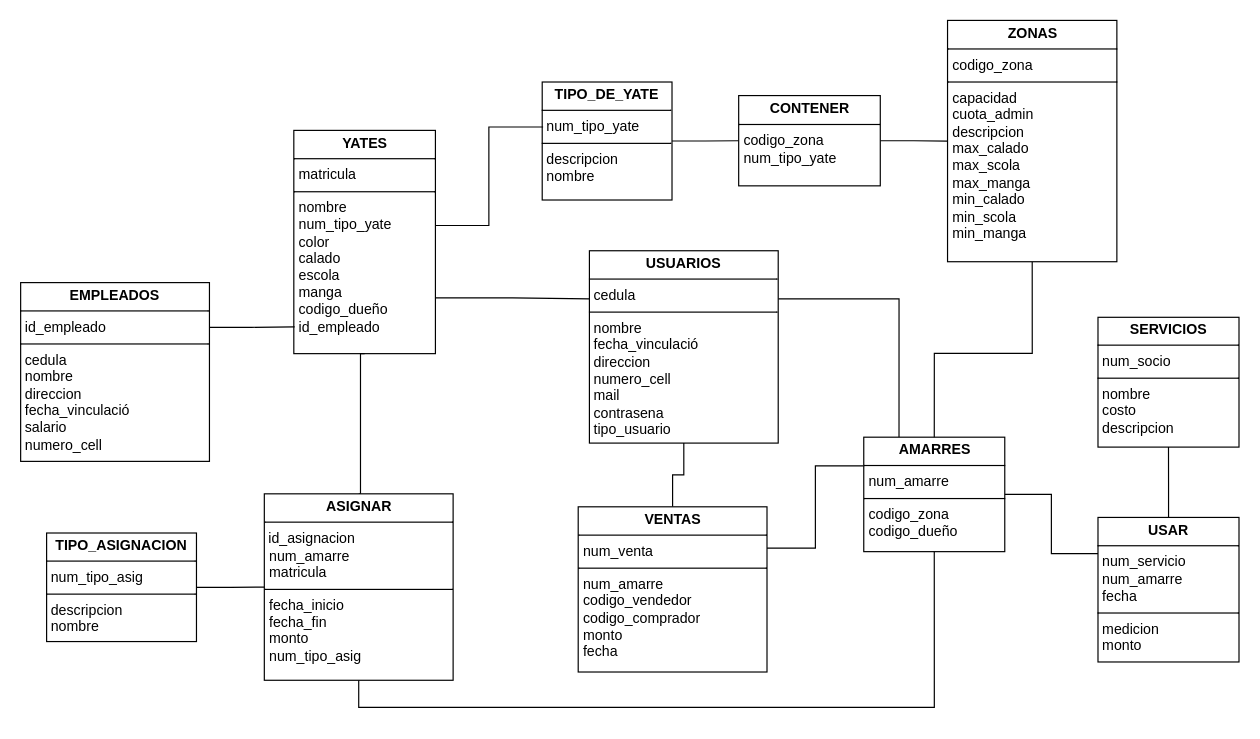
Before: page "relational" (3 of 4) of docs/diagrams.drawio in XhuaShell/projet_management_yacht_system, a draw.io diagram. Source tidied: cells renumbered, new cells numbered last; positions are measured from the earlier drawing's top-left corner, leaving out a move shared by most shapes. Both pictures are drawn from the tidied source at 118%, with x=0, y=0 at pixel (20, 20).
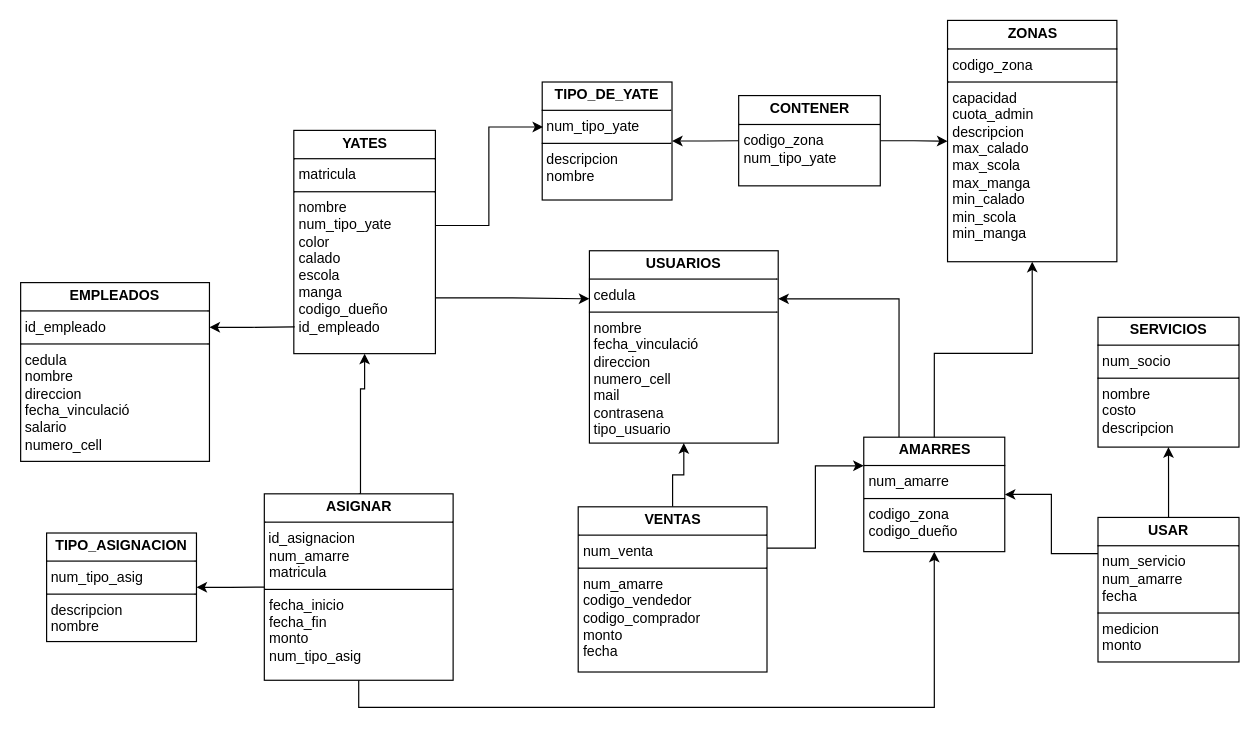
After the change.

Unchanged cells that the change refers to:
```xml
<mxCell id="2" value="&lt;p style=&quot;margin:0px;margin-top:4px;text-align:center;&quot;&gt;&lt;b&gt;EMPLEADOS&lt;/b&gt;&lt;/p&gt;&lt;hr size=&quot;1&quot; style=&quot;border-style:solid;&quot;&gt;&lt;p style=&quot;margin:0px;margin-left:4px;&quot;&gt;id_empleado&lt;/p&gt;&lt;hr size=&quot;1&quot; style=&quot;border-style:solid;&quot;&gt;&lt;p style=&quot;margin: 0px 0px 0px 4px;&quot;&gt;cedula&lt;/p&gt;&lt;p style=&quot;margin: 0px 0px 0px 4px;&quot;&gt;nombre&lt;/p&gt;&lt;p style=&quot;margin: 0px 0px 0px 4px;&quot;&gt;direccion&lt;/p&gt;&lt;p style=&quot;margin: 0px 0px 0px 4px;&quot;&gt;fecha_vinculació&lt;/p&gt;&lt;p style=&quot;margin: 0px 0px 0px 4px;&quot;&gt;salario&lt;/p&gt;&lt;p style=&quot;margin: 0px 0px 0px 4px;&quot;&gt;numero_cell&lt;/p&gt;&lt;p style=&quot;margin: 0px 0px 0px 4px;&quot;&gt;&lt;br&gt;&lt;/p&gt;" style="verticalAlign=top;align=left;overflow=fill;html=1;whiteSpace=wrap;" parent="1" vertex="1">
  <mxGeometry y="222" width="160" height="151.5" as="geometry" />
</mxCell>
<mxCell id="4" value="&lt;p style=&quot;margin:0px;margin-top:4px;text-align:center;&quot;&gt;&lt;b&gt;USUARIOS&lt;/b&gt;&lt;/p&gt;&lt;hr size=&quot;1&quot; style=&quot;border-style:solid;&quot;&gt;&lt;p style=&quot;margin:0px;margin-left:4px;&quot;&gt;cedula&lt;/p&gt;&lt;hr size=&quot;1&quot; style=&quot;border-style:solid;&quot;&gt;&lt;p style=&quot;margin: 0px 0px 0px 4px;&quot;&gt;nombre&lt;/p&gt;&lt;p style=&quot;margin: 0px 0px 0px 4px;&quot;&gt;fecha_vinculació&lt;/p&gt;&lt;p style=&quot;margin: 0px 0px 0px 4px;&quot;&gt;direccion&lt;/p&gt;&lt;p style=&quot;margin: 0px 0px 0px 4px;&quot;&gt;numero_cell&lt;/p&gt;&lt;p style=&quot;margin: 0px 0px 0px 4px;&quot;&gt;mail&lt;/p&gt;&lt;p style=&quot;margin: 0px 0px 0px 4px;&quot;&gt;contrasena&lt;/p&gt;&lt;p style=&quot;margin: 0px 0px 0px 4px;&quot;&gt;tipo_usuario&lt;/p&gt;" style="verticalAlign=top;align=left;overflow=fill;html=1;whiteSpace=wrap;" parent="1" vertex="1">
  <mxGeometry x="482" y="195" width="160" height="163" as="geometry" />
</mxCell>
<mxCell id="7" value="&lt;p style=&quot;margin:0px;margin-top:4px;text-align:center;&quot;&gt;&lt;b&gt;VENTAS&lt;/b&gt;&lt;/p&gt;&lt;hr size=&quot;1&quot; style=&quot;border-style:solid;&quot;&gt;&lt;p style=&quot;margin:0px;margin-left:4px;&quot;&gt;num_venta&lt;/p&gt;&lt;hr size=&quot;1&quot; style=&quot;border-style:solid;&quot;&gt;&lt;p style=&quot;margin: 0px 0px 0px 4px;&quot;&gt;num_amarre&lt;/p&gt;&lt;p style=&quot;margin: 0px 0px 0px 4px;&quot;&gt;codigo_vendedor&lt;/p&gt;&lt;p style=&quot;margin: 0px 0px 0px 4px;&quot;&gt;codigo_comprador&lt;/p&gt;&lt;p style=&quot;margin: 0px 0px 0px 4px;&quot;&gt;monto&lt;/p&gt;&lt;p style=&quot;margin: 0px 0px 0px 4px;&quot;&gt;fecha&lt;/p&gt;" style="verticalAlign=top;align=left;overflow=fill;html=1;whiteSpace=wrap;" parent="1" vertex="1">
  <mxGeometry x="472.5" y="412" width="160" height="140" as="geometry" />
</mxCell>
<mxCell id="8" value="&lt;p style=&quot;margin:0px;margin-top:4px;text-align:center;&quot;&gt;&lt;b&gt;SERVICIOS&lt;/b&gt;&lt;/p&gt;&lt;hr size=&quot;1&quot; style=&quot;border-style:solid;&quot;&gt;&lt;p style=&quot;margin:0px;margin-left:4px;&quot;&gt;num_socio&lt;/p&gt;&lt;hr size=&quot;1&quot; style=&quot;border-style:solid;&quot;&gt;&lt;p style=&quot;margin: 0px 0px 0px 4px;&quot;&gt;nombre&lt;/p&gt;&lt;p style=&quot;margin: 0px 0px 0px 4px;&quot;&gt;costo&lt;/p&gt;&lt;p style=&quot;margin: 0px 0px 0px 4px;&quot;&gt;descripcion&lt;/p&gt;" style="verticalAlign=top;align=left;overflow=fill;html=1;whiteSpace=wrap;" parent="1" vertex="1">
  <mxGeometry x="913" y="251.4" width="119.5" height="110" as="geometry" />
</mxCell>
<mxCell id="10" value="&lt;p style=&quot;margin:0px;margin-top:4px;text-align:center;&quot;&gt;&lt;b&gt;USAR&lt;/b&gt;&lt;/p&gt;&lt;hr size=&quot;1&quot; style=&quot;border-style:solid;&quot;&gt;&lt;p style=&quot;margin:0px;margin-left:4px;&quot;&gt;num_servicio&lt;/p&gt;&lt;p style=&quot;margin:0px;margin-left:4px;&quot;&gt;num_amarre&lt;/p&gt;&lt;p style=&quot;margin:0px;margin-left:4px;&quot;&gt;fecha&lt;/p&gt;&lt;hr size=&quot;1&quot; style=&quot;border-style:solid;&quot;&gt;&lt;p style=&quot;margin: 0px 0px 0px 4px;&quot;&gt;medicion&lt;/p&gt;&lt;p style=&quot;margin: 0px 0px 0px 4px;&quot;&gt;monto&lt;/p&gt;" style="verticalAlign=top;align=left;overflow=fill;html=1;whiteSpace=wrap;" parent="1" vertex="1">
  <mxGeometry x="913" y="421" width="119.5" height="122.5" as="geometry" />
</mxCell>
<mxCell id="12" value="&lt;p style=&quot;margin:0px;margin-top:4px;text-align:center;&quot;&gt;&lt;b&gt;AMARRES&lt;/b&gt;&lt;/p&gt;&lt;hr size=&quot;1&quot; style=&quot;border-style:solid;&quot;&gt;&lt;p style=&quot;margin:0px;margin-left:4px;&quot;&gt;&lt;span style=&quot;background-color: transparent; color: light-dark(rgb(0, 0, 0), rgb(255, 255, 255));&quot;&gt;num_amarre&lt;/span&gt;&lt;/p&gt;&lt;hr size=&quot;1&quot; style=&quot;border-style:solid;&quot;&gt;&lt;p style=&quot;margin: 0px 0px 0px 4px;&quot;&gt;codigo_zona&lt;/p&gt;&lt;p style=&quot;margin: 0px 0px 0px 4px;&quot;&gt;codigo_dueño&lt;/p&gt;" style="verticalAlign=top;align=left;overflow=fill;html=1;whiteSpace=wrap;" parent="1" vertex="1">
  <mxGeometry x="714.5" y="353" width="119.5" height="97" as="geometry" />
</mxCell>
<mxCell id="14" value="&lt;p style=&quot;margin:0px;margin-top:4px;text-align:center;&quot;&gt;&lt;b&gt;TIPO_DE_YATE&lt;/b&gt;&lt;/p&gt;&lt;hr size=&quot;1&quot; style=&quot;border-style:solid;&quot;&gt;&lt;p style=&quot;margin:0px;margin-left:4px;&quot;&gt;num_tipo_yate&lt;/p&gt;&lt;hr size=&quot;1&quot; style=&quot;border-style:solid;&quot;&gt;&lt;p style=&quot;margin: 0px 0px 0px 4px;&quot;&gt;descripcion&lt;/p&gt;&lt;p style=&quot;margin: 0px 0px 0px 4px;&quot;&gt;nombre&lt;/p&gt;&lt;p style=&quot;margin: 0px 0px 0px 4px;&quot;&gt;&lt;br&gt;&lt;/p&gt;" style="verticalAlign=top;align=left;overflow=fill;html=1;whiteSpace=wrap;" parent="1" vertex="1">
  <mxGeometry x="442" y="52" width="110" height="100" as="geometry" />
</mxCell>
<mxCell id="16" value="&lt;p style=&quot;margin:0px;margin-top:4px;text-align:center;&quot;&gt;&lt;b&gt;YATES&lt;/b&gt;&lt;/p&gt;&lt;hr size=&quot;1&quot; style=&quot;border-style:solid;&quot;&gt;&lt;p style=&quot;margin:0px;margin-left:4px;&quot;&gt;matricula&lt;/p&gt;&lt;hr size=&quot;1&quot; style=&quot;border-style:solid;&quot;&gt;&lt;p style=&quot;margin: 0px 0px 0px 4px;&quot;&gt;nombre&lt;/p&gt;&lt;p style=&quot;margin: 0px 0px 0px 4px;&quot;&gt;num_tipo_yate&lt;/p&gt;&lt;p style=&quot;margin: 0px 0px 0px 4px;&quot;&gt;color&lt;/p&gt;&lt;p style=&quot;margin: 0px 0px 0px 4px;&quot;&gt;calado&lt;/p&gt;&lt;p style=&quot;margin: 0px 0px 0px 4px;&quot;&gt;escola&lt;/p&gt;&lt;p style=&quot;margin: 0px 0px 0px 4px;&quot;&gt;manga&lt;/p&gt;&lt;p style=&quot;margin: 0px 0px 0px 4px;&quot;&gt;codigo_dueño&lt;/p&gt;&lt;p style=&quot;margin: 0px 0px 0px 4px;&quot;&gt;id_empleado&lt;/p&gt;" style="verticalAlign=top;align=left;overflow=fill;html=1;whiteSpace=wrap;" parent="1" vertex="1">
  <mxGeometry x="231.5" y="93" width="120" height="189.2" as="geometry" />
</mxCell>
<mxCell id="19" value="&lt;p style=&quot;margin:0px;margin-top:4px;text-align:center;&quot;&gt;&lt;b&gt;ASIGNAR&lt;/b&gt;&lt;/p&gt;&lt;hr size=&quot;1&quot; style=&quot;border-style:solid;&quot;&gt;&amp;nbsp;id_asignacion&lt;br&gt;&lt;p style=&quot;margin:0px;margin-left:4px;&quot;&gt;num_amarre&lt;/p&gt;&lt;p style=&quot;margin:0px;margin-left:4px;&quot;&gt;matricula&lt;/p&gt;&lt;hr size=&quot;1&quot; style=&quot;border-style:solid;&quot;&gt;&lt;p style=&quot;margin: 0px 0px 0px 4px;&quot;&gt;fecha_inicio&lt;/p&gt;&lt;p style=&quot;margin: 0px 0px 0px 4px;&quot;&gt;fecha_fin&lt;/p&gt;&lt;p style=&quot;margin: 0px 0px 0px 4px;&quot;&gt;monto&lt;/p&gt;&lt;p style=&quot;margin: 0px 0px 0px 4px;&quot;&gt;num_tipo_asig&lt;/p&gt;" style="verticalAlign=top;align=left;overflow=fill;html=1;whiteSpace=wrap;" parent="1" vertex="1">
  <mxGeometry x="206.5" y="401" width="160" height="158" as="geometry" />
</mxCell>
<mxCell id="21" value="&lt;p style=&quot;margin:0px;margin-top:4px;text-align:center;&quot;&gt;&lt;b&gt;ZONAS&lt;/b&gt;&lt;/p&gt;&lt;hr size=&quot;1&quot; style=&quot;border-style:solid;&quot;&gt;&lt;p style=&quot;margin:0px;margin-left:4px;&quot;&gt;codigo_zona&lt;/p&gt;&lt;hr size=&quot;1&quot; style=&quot;border-style:solid;&quot;&gt;&lt;p style=&quot;margin: 0px 0px 0px 4px;&quot;&gt;capacidad&lt;/p&gt;&lt;p style=&quot;margin: 0px 0px 0px 4px;&quot;&gt;cuota_admin&lt;/p&gt;&lt;p style=&quot;margin: 0px 0px 0px 4px;&quot;&gt;descripcion&lt;/p&gt;&lt;p style=&quot;margin: 0px 0px 0px 4px;&quot;&gt;max_calado&lt;/p&gt;&lt;p style=&quot;margin: 0px 0px 0px 4px;&quot;&gt;max_scola&lt;/p&gt;&lt;p style=&quot;margin: 0px 0px 0px 4px;&quot;&gt;max_manga&lt;/p&gt;&lt;p style=&quot;margin: 0px 0px 0px 4px;&quot;&gt;min_calado&lt;/p&gt;&lt;p style=&quot;margin: 0px 0px 0px 4px;&quot;&gt;min_scola&lt;/p&gt;&lt;p style=&quot;margin: 0px 0px 0px 4px;&quot;&gt;min_manga&lt;/p&gt;" style="verticalAlign=top;align=left;overflow=fill;html=1;whiteSpace=wrap;" parent="1" vertex="1">
  <mxGeometry x="785.5" y="-0.2" width="143.5" height="204.5" as="geometry" />
</mxCell>
<mxCell id="23" value="&lt;p style=&quot;margin:0px;margin-top:4px;text-align:center;&quot;&gt;&lt;b&gt;CONTENER&lt;/b&gt;&lt;/p&gt;&lt;hr size=&quot;1&quot; style=&quot;border-style:solid;&quot;&gt;&lt;p style=&quot;margin: 0px 0px 0px 4px;&quot;&gt;codigo_zona&lt;/p&gt;&lt;p style=&quot;margin: 0px 0px 0px 4px;&quot;&gt;num_tipo_yate&lt;/p&gt;&lt;p style=&quot;margin: 0px 0px 0px 4px;&quot;&gt;&lt;br&gt;&lt;/p&gt;" style="verticalAlign=top;align=left;overflow=fill;html=1;whiteSpace=wrap;" parent="1" vertex="1">
  <mxGeometry x="608.5" y="63.5" width="120" height="76.5" as="geometry" />
</mxCell>
<mxCell id="27" value="&lt;p style=&quot;margin:0px;margin-top:4px;text-align:center;&quot;&gt;&lt;b&gt;TIPO_ASIGNACION&lt;/b&gt;&lt;/p&gt;&lt;hr size=&quot;1&quot; style=&quot;border-style:solid;&quot;&gt;&lt;p style=&quot;margin:0px;margin-left:4px;&quot;&gt;num_tipo_asig&lt;/p&gt;&lt;hr size=&quot;1&quot; style=&quot;border-style:solid;&quot;&gt;&lt;p style=&quot;margin: 0px 0px 0px 4px;&quot;&gt;descripcion&lt;/p&gt;&lt;p style=&quot;margin: 0px 0px 0px 4px;&quot;&gt;nombre&lt;/p&gt;&lt;p style=&quot;margin: 0px 0px 0px 4px;&quot;&gt;&lt;br&gt;&lt;/p&gt;" style="verticalAlign=top;align=left;overflow=fill;html=1;whiteSpace=wrap;" parent="1" vertex="1">
  <mxGeometry x="22" y="434.2" width="127" height="92" as="geometry" />
</mxCell>
```

Diff of the diagram source:
```diff
@@
-    <mxCell id="3" style="edgeStyle=orthogonalEdgeStyle;rounded=0;jettySize=auto;html=1;entryX=0.25;entryY=0;entryDx=0;entryDy=0;endArrow=none;endFill=0;exitX=1;exitY=0.25;exitDx=0;exitDy=0;" parent="1" edge="1" source="4" target="12">
+    <mxCell id="3" style="edgeStyle=orthogonalEdgeStyle;rounded=0;jettySize=auto;html=1;entryX=0.25;entryY=0;entryDx=0;entryDy=0;endArrow=none;endFill=0;exitX=1;exitY=0.25;exitDx=0;exitDy=0;startArrow=classic;startFill=1;" parent="1" edge="1" source="4" target="12">
       <mxGeometry relative="1" as="geometry" />
     </mxCell>
@@
-    <mxCell id="5" style="edgeStyle=orthogonalEdgeStyle;rounded=0;jettySize=auto;html=1;entryX=0.5;entryY=1;entryDx=0;entryDy=0;endArrow=none;endFill=0;" parent="1" edge="1" source="7" target="4">
+    <mxCell id="5" style="edgeStyle=orthogonalEdgeStyle;rounded=0;jettySize=auto;html=1;entryX=0.5;entryY=1;entryDx=0;entryDy=0;endArrow=classic;endFill=1;" parent="1" edge="1" source="7" target="4">
       <mxGeometry relative="1" as="geometry" />
     </mxCell>
-    <mxCell id="6" style="edgeStyle=orthogonalEdgeStyle;rounded=0;jettySize=auto;html=1;exitX=1;exitY=0.25;exitDx=0;exitDy=0;entryX=0;entryY=0.25;entryDx=0;entryDy=0;endArrow=none;endFill=0;" parent="1" edge="1" source="7" target="12">
+    <mxCell id="6" style="edgeStyle=orthogonalEdgeStyle;rounded=0;jettySize=auto;html=1;exitX=1;exitY=0.25;exitDx=0;exitDy=0;entryX=0;entryY=0.25;entryDx=0;entryDy=0;endArrow=classic;endFill=1;startArrow=none;startFill=0;" parent="1" edge="1" source="7" target="12">
       <mxGeometry relative="1" as="geometry" />
     </mxCell>
@@
-    <mxCell id="9" style="edgeStyle=orthogonalEdgeStyle;rounded=0;jettySize=auto;html=1;entryX=0.5;entryY=1;entryDx=0;entryDy=0;endArrow=none;endFill=0;" parent="1" edge="1" source="10" target="8">
+    <mxCell id="9" style="edgeStyle=orthogonalEdgeStyle;rounded=0;jettySize=auto;html=1;entryX=0.5;entryY=1;entryDx=0;entryDy=0;endArrow=classic;endFill=1;startArrow=none;startFill=0;" parent="1" edge="1" source="10" target="8">
       <mxGeometry relative="1" as="geometry" />
     </mxCell>
@@
-    <mxCell id="11" style="edgeStyle=orthogonalEdgeStyle;rounded=0;jettySize=auto;html=1;entryX=0;entryY=0.25;entryDx=0;entryDy=0;endArrow=none;endFill=0;" parent="1" edge="1" source="12" target="10">
+    <mxCell id="11" style="edgeStyle=orthogonalEdgeStyle;rounded=0;jettySize=auto;html=1;entryX=0;entryY=0.25;entryDx=0;entryDy=0;endArrow=none;endFill=0;startArrow=classic;startFill=1;" parent="1" edge="1" source="12" target="10">
       <mxGeometry relative="1" as="geometry" />
     </mxCell>
@@
-    <mxCell id="13" style="edgeStyle=orthogonalEdgeStyle;rounded=0;jettySize=auto;html=1;endArrow=none;endFill=0;" parent="1" edge="1" source="14" target="23">
+    <mxCell id="13" style="edgeStyle=orthogonalEdgeStyle;rounded=0;jettySize=auto;html=1;endArrow=none;endFill=0;startArrow=classic;startFill=1;" parent="1" edge="1" source="14" target="23">
       <mxGeometry relative="1" as="geometry" />
     </mxCell>
@@
-    <mxCell id="15" style="edgeStyle=orthogonalEdgeStyle;rounded=0;jettySize=auto;html=1;exitX=1;exitY=0.75;exitDx=0;exitDy=0;entryX=0;entryY=0.25;entryDx=0;entryDy=0;endArrow=none;endFill=0;" parent="1" edge="1" source="16" target="4">
+    <mxCell id="15" style="edgeStyle=orthogonalEdgeStyle;rounded=0;jettySize=auto;html=1;exitX=1;exitY=0.75;exitDx=0;exitDy=0;entryX=0;entryY=0.25;entryDx=0;entryDy=0;endArrow=classic;endFill=1;startArrow=none;startFill=0;" parent="1" edge="1" source="16" target="4">
       <mxGeometry relative="1" as="geometry" />
     </mxCell>
@@
-    <mxCell id="17" style="edgeStyle=orthogonalEdgeStyle;rounded=0;jettySize=auto;html=1;entryX=0.5;entryY=1;entryDx=0;entryDy=0;endArrow=none;endFill=0;exitX=0.5;exitY=0;exitDx=0;exitDy=0;" parent="1" edge="1" source="19" target="16">
+    <mxCell id="17" style="edgeStyle=orthogonalEdgeStyle;rounded=0;jettySize=auto;html=1;entryX=0.5;entryY=1;entryDx=0;entryDy=0;endArrow=classic;endFill=1;exitX=0.5;exitY=0;exitDx=0;exitDy=0;" parent="1" edge="1" source="19" target="16">
       <mxGeometry relative="1" as="geometry">
         <Array as="points">
           <mxPoint x="288" y="401" />
-          <mxPoint x="288" y="282" />
+          <mxPoint x="288" y="312" />
+          <mxPoint x="292" y="312" />
         </Array>
       </mxGeometry>
     </mxCell>
-    <mxCell id="18" style="edgeStyle=orthogonalEdgeStyle;rounded=0;jettySize=auto;html=1;exitX=0.5;exitY=1;exitDx=0;exitDy=0;entryX=0.5;entryY=1;entryDx=0;entryDy=0;endArrow=none;endFill=0;" parent="1" edge="1" source="19" target="12">
+    <mxCell id="18" style="edgeStyle=orthogonalEdgeStyle;rounded=0;jettySize=auto;html=1;exitX=0.5;exitY=1;exitDx=0;exitDy=0;entryX=0.5;entryY=1;entryDx=0;entryDy=0;endArrow=classic;endFill=1;startArrow=none;startFill=0;" parent="1" edge="1" source="19" target="12">
       <mxGeometry relative="1" as="geometry">
         <Array as="points">
           <mxPoint x="287" y="582" />
           <mxPoint x="774" y="582" />
         </Array>
       </mxGeometry>
     </mxCell>
@@
-    <mxCell id="20" style="edgeStyle=orthogonalEdgeStyle;rounded=0;jettySize=auto;html=1;entryX=0.5;entryY=0;entryDx=0;entryDy=0;endArrow=none;endFill=0;exitX=0.5;exitY=1;exitDx=0;exitDy=0;" parent="1" edge="1" source="21" target="12">
+    <mxCell id="20" style="edgeStyle=orthogonalEdgeStyle;rounded=0;jettySize=auto;html=1;entryX=0.5;entryY=0;entryDx=0;entryDy=0;endArrow=none;endFill=0;exitX=0.5;exitY=1;exitDx=0;exitDy=0;startArrow=classic;startFill=1;" parent="1" edge="1" source="21" target="12">
       <mxGeometry relative="1" as="geometry">
         <Array as="points">
           <mxPoint x="857" y="282" />
           <mxPoint x="774" y="282" />
         </Array>
       </mxGeometry>
     </mxCell>
@@
-    <mxCell id="22" style="edgeStyle=orthogonalEdgeStyle;rounded=0;jettySize=auto;html=1;endArrow=none;endFill=0;" parent="1" edge="1" source="23" target="21">
+    <mxCell id="22" style="edgeStyle=orthogonalEdgeStyle;rounded=0;jettySize=auto;html=1;endArrow=classic;endFill=1;" parent="1" edge="1" source="23" target="21">
       <mxGeometry relative="1" as="geometry" />
     </mxCell>
@@
-    <mxCell id="24" style="edgeStyle=orthogonalEdgeStyle;rounded=0;jettySize=auto;html=1;entryX=0.007;entryY=0.381;entryDx=0;entryDy=0;entryPerimeter=0;endArrow=none;endFill=0;exitX=1;exitY=0.426;exitDx=0;exitDy=0;exitPerimeter=0;" parent="1" edge="1" source="16" target="14">
+    <mxCell id="24" style="edgeStyle=orthogonalEdgeStyle;rounded=0;jettySize=auto;html=1;entryX=0.007;entryY=0.381;entryDx=0;entryDy=0;entryPerimeter=0;endArrow=classic;endFill=1;exitX=1;exitY=0.426;exitDx=0;exitDy=0;exitPerimeter=0;startArrow=none;startFill=0;" parent="1" edge="1" source="16" target="14">
       <mxGeometry relative="1" as="geometry" />
     </mxCell>
-    <mxCell id="25" style="edgeStyle=orthogonalEdgeStyle;rounded=0;jettySize=auto;html=1;exitX=1;exitY=0.25;exitDx=0;exitDy=0;entryX=0.006;entryY=0.88;entryDx=0;entryDy=0;entryPerimeter=0;endArrow=none;endFill=0;" parent="1" edge="1" source="2" target="16">
+    <mxCell id="25" style="edgeStyle=orthogonalEdgeStyle;rounded=0;jettySize=auto;html=1;exitX=1;exitY=0.25;exitDx=0;exitDy=0;entryX=0.006;entryY=0.88;entryDx=0;entryDy=0;entryPerimeter=0;endArrow=none;endFill=0;startArrow=classic;startFill=1;" parent="1" edge="1" source="2" target="16">
       <mxGeometry relative="1" as="geometry" />
     </mxCell>
-    <mxCell id="26" style="edgeStyle=orthogonalEdgeStyle;rounded=0;jettySize=auto;html=1;entryX=0;entryY=0.5;entryDx=0;entryDy=0;endArrow=none;endFill=0;" parent="1" edge="1" source="27" target="19">
+    <mxCell id="26" style="edgeStyle=orthogonalEdgeStyle;rounded=0;jettySize=auto;html=1;entryX=0;entryY=0.5;entryDx=0;entryDy=0;endArrow=none;endFill=0;startArrow=classic;startFill=1;" parent="1" edge="1" source="27" target="19">
       <mxGeometry relative="1" as="geometry" />
     </mxCell>
```
